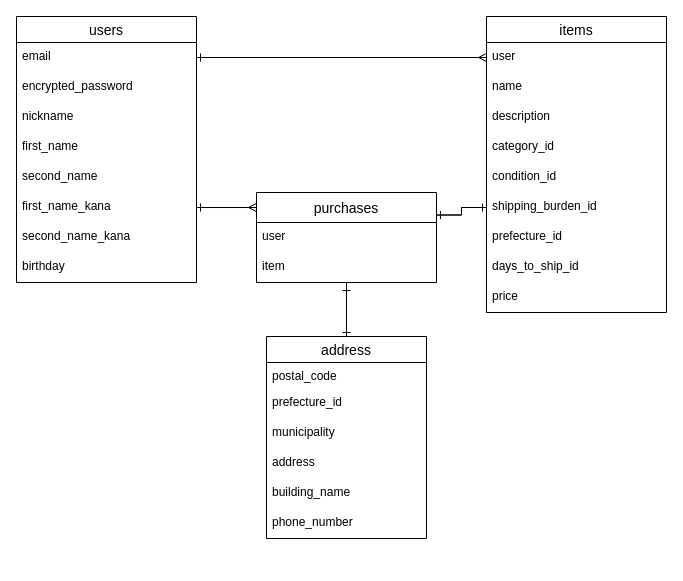
Earlier version of the draw.io diagram ER図.dio (toyahatariku/furima-33971). Source tidied: cells renumbered, new cells numbered last; positions are measured from the earlier drawing's top-left corner, leaving out a move shared by most shapes. Both pictures are drawn from the tidied source at 100%, with x=0, y=0 at pixel (16, 16).
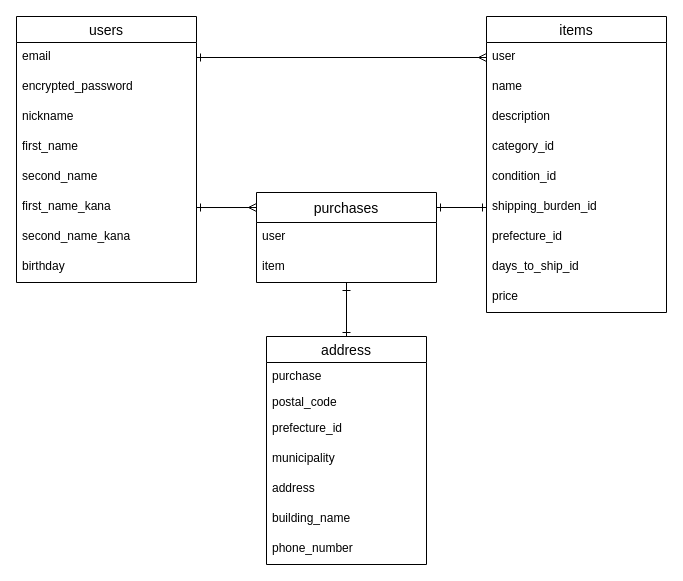
After the change.

The change refers to these unchanged cells:
```xml
<mxCell id="17" value="shipping_burden_id" style="text;strokeColor=none;fillColor=none;spacingLeft=4;spacingRight=4;overflow=hidden;points=[[0,0.5],[1,0.5]];portConstraint=eastwest;fontSize=12;" parent="11" vertex="1">
  <mxGeometry y="176" width="180" height="30" as="geometry" />
</mxCell>
<mxCell id="23" value="purchases" style="swimlane;fontStyle=0;horizontal=1;startSize=30;align=center;fontSize=14;" parent="1" vertex="1">
  <mxGeometry x="240" y="176" width="180" height="90" as="geometry" />
</mxCell>
```

Diff of the diagram source:
```diff
@@
-    <mxCell id="21" style="edgeStyle=orthogonalEdgeStyle;rounded=0;jettySize=auto;html=1;exitX=1;exitY=0.25;exitDx=0;exitDy=0;endArrow=ERone;endFill=0;" parent="1" edge="1" source="23" target="17">
-      <mxGeometry relative="1" as="geometry" />
+    <mxCell id="21" style="edgeStyle=orthogonalEdgeStyle;rounded=0;jettySize=auto;html=1;endArrow=ERone;endFill=0;" parent="1" edge="1" target="17">
+      <mxGeometry relative="1" as="geometry">
+        <mxPoint x="420" y="191" as="sourcePoint" />
+        <Array as="points">
+          <mxPoint x="420" y="191" />
+        </Array>
+      </mxGeometry>
     </mxCell>
@@
     <mxCell id="29" value="address" style="swimlane;fontStyle=0;horizontal=1;startSize=26;align=center;fontSize=14;" parent="1" vertex="1">
-      <mxGeometry x="250" y="320" width="160" height="202" as="geometry" />
+      <mxGeometry x="250" y="320" width="160" height="228" as="geometry" />
     </mxCell>
-    <mxCell id="30" value="postal_code" style="text;strokeColor=none;fillColor=none;spacingLeft=4;spacingRight=4;overflow=hidden;fontSize=12;" parent="29" vertex="1">
+    <mxCell id="30" value="purchase" style="text;strokeColor=none;fillColor=none;spacingLeft=4;spacingRight=4;overflow=hidden;fontSize=12;" parent="29" vertex="1">
       <mxGeometry y="26" width="160" height="26" as="geometry" />
     </mxCell>
+    <mxCell id="39" value="postal_code" style="text;strokeColor=none;fillColor=none;spacingLeft=4;spacingRight=4;overflow=hidden;fontSize=12;" parent="29" vertex="1">
+      <mxGeometry y="52" width="160" height="26" as="geometry" />
+    </mxCell>
     <mxCell id="31" value="prefecture_id" style="text;strokeColor=none;fillColor=none;spacingLeft=4;spacingRight=4;overflow=hidden;fontSize=12;" parent="29" vertex="1">
-      <mxGeometry y="52" width="160" height="30" as="geometry" />
+      <mxGeometry y="78" width="160" height="30" as="geometry" />
     </mxCell>
     <mxCell id="32" value="municipality" style="text;strokeColor=none;fillColor=none;spacingLeft=4;spacingRight=4;overflow=hidden;fontSize=12;" parent="29" vertex="1">
-      <mxGeometry y="82" width="160" height="30" as="geometry" />
+      <mxGeometry y="108" width="160" height="30" as="geometry" />
     </mxCell>
     <mxCell id="33" value="address" style="text;strokeColor=none;fillColor=none;spacingLeft=4;spacingRight=4;overflow=hidden;fontSize=12;" parent="29" vertex="1">
-      <mxGeometry y="112" width="160" height="30" as="geometry" />
+      <mxGeometry y="138" width="160" height="30" as="geometry" />
     </mxCell>
     <mxCell id="34" value="building_name" style="text;strokeColor=none;fillColor=none;spacingLeft=4;spacingRight=4;overflow=hidden;fontSize=12;" parent="29" vertex="1">
-      <mxGeometry y="142" width="160" height="30" as="geometry" />
+      <mxGeometry y="168" width="160" height="30" as="geometry" />
     </mxCell>
     <mxCell id="35" value="phone_number" style="text;strokeColor=none;fillColor=none;spacingLeft=4;spacingRight=4;overflow=hidden;fontSize=12;" parent="29" vertex="1">
-      <mxGeometry y="172" width="160" height="30" as="geometry" />
+      <mxGeometry y="198" width="160" height="30" as="geometry" />
     </mxCell>
-    <mxCell id="36" style="edgeStyle=orthogonalEdgeStyle;rounded=0;jettySize=auto;html=1;exitX=0;exitY=0.5;exitDx=0;exitDy=0;entryX=1;entryY=0.25;entryDx=0;entryDy=0;endArrow=ERone;endFill=0;" parent="1" edge="1" source="17" target="23">
-      <mxGeometry relative="1" as="geometry" />
+    <mxCell id="36" style="edgeStyle=orthogonalEdgeStyle;rounded=0;jettySize=auto;html=1;exitX=0;exitY=0.5;exitDx=0;exitDy=0;endArrow=ERone;endFill=0;" parent="1" edge="1" source="17">
+      <mxGeometry relative="1" as="geometry">
+        <mxPoint x="420" y="191" as="targetPoint" />
+        <Array as="points">
+          <mxPoint x="420" y="191" />
+        </Array>
+      </mxGeometry>
     </mxCell>
```
